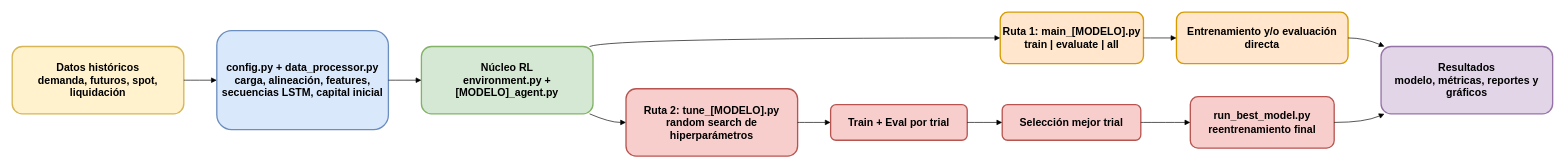
The draw.io diagram page "Presentación" (3 of 3) of docs/Arquitectura_Solucion/Diagramas_Modelos.drawio in shaka03/bot_futuros, before the edit. Source tidied: cells renumbered, new cells numbered last; positions are measured from the earlier drawing's top-left corner, leaving out a move shared by most shapes. Both pictures are drawn from the tidied source at 66%, with x=0, y=0 at pixel (12, 12).
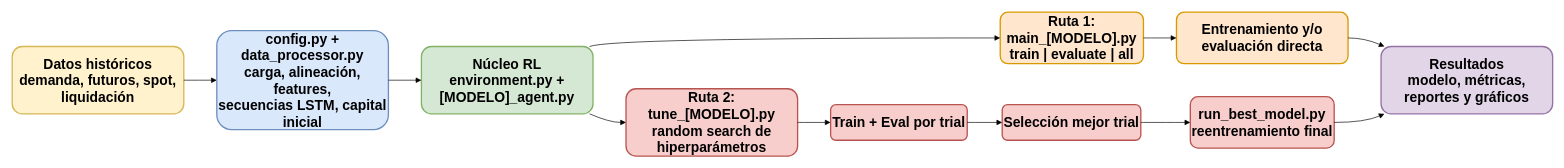
Above is the later version.

What changed in the source:
```diff
@@
-    <mxCell id="2" value="Datos históricos&#10;demanda, futuros, spot, liquidación" style="whiteSpace=wrap;strokeWidth=2;rounded=1;fontSize=16;fillColor=#fff2cc;strokeColor=#d6b656;fontStyle=1;" parent="1" vertex="1">
+    <mxCell id="2" value="Datos históricos&#10;demanda, futuros, spot, liquidación" style="whiteSpace=wrap;strokeWidth=2;rounded=1;fontSize=21;fillColor=#fff2cc;strokeColor=#d6b656;fontStyle=1;" parent="1" vertex="1">
       <mxGeometry y="52" width="260" height="102" as="geometry" />
     </mxCell>
-    <mxCell id="3" value="config.py + data_processor.py&#10;carga, alineación, features,&#10;secuencias LSTM, capital inicial" style="whiteSpace=wrap;strokeWidth=2;rounded=1;fontSize=16;fillColor=#dae8fc;strokeColor=#6c8ebf;fontStyle=1;" parent="1" vertex="1">
+    <mxCell id="3" value="config.py + data_processor.py&#10;carga, alineación, features,&#10;secuencias LSTM, capital inicial" style="whiteSpace=wrap;strokeWidth=2;rounded=1;fontSize=21;fillColor=#dae8fc;strokeColor=#6c8ebf;fontStyle=1;" parent="1" vertex="1">
       <mxGeometry x="310" y="28" width="260" height="150" as="geometry" />
     </mxCell>
-    <mxCell id="4" value="Núcleo RL&#10;environment.py + [MODELO]_agent.py" style="whiteSpace=wrap;strokeWidth=2;rounded=1;fontSize=16;fillColor=#d5e8d4;strokeColor=#82b366;fontStyle=1;" parent="1" vertex="1">
+    <mxCell id="4" value="Núcleo RL&#10;environment.py + [MODELO]_agent.py" style="whiteSpace=wrap;strokeWidth=2;rounded=1;fontSize=21;fillColor=#d5e8d4;strokeColor=#82b366;fontStyle=1;" parent="1" vertex="1">
       <mxGeometry x="620" y="52" width="260" height="102" as="geometry" />
     </mxCell>
-    <mxCell id="5" value="Ruta 1: main_[MODELO].py&#10;train | evaluate | all" style="whiteSpace=wrap;strokeWidth=2;rounded=1;fontSize=16;fillColor=#ffe6cc;strokeColor=#d79b00;fontStyle=1;" parent="1" vertex="1">
+    <mxCell id="5" value="Ruta 1: main_[MODELO].py&#10;train | evaluate | all" style="whiteSpace=wrap;strokeWidth=2;rounded=1;fontSize=21;fillColor=#ffe6cc;strokeColor=#d79b00;fontStyle=1;" parent="1" vertex="1">
       <mxGeometry x="1497" width="217" height="78" as="geometry" />
     </mxCell>
-    <mxCell id="6" value="Ruta 2: tune_[MODELO].py&#10;random search de hiperparámetros" style="whiteSpace=wrap;strokeWidth=2;rounded=1;fontSize=16;fillColor=#f8cecc;strokeColor=#b85450;fontStyle=1;" parent="1" vertex="1">
+    <mxCell id="6" value="Ruta 2: tune_[MODELO].py&#10;random search de hiperparámetros" style="whiteSpace=wrap;strokeWidth=2;rounded=1;fontSize=21;fillColor=#f8cecc;strokeColor=#b85450;fontStyle=1;" parent="1" vertex="1">
       <mxGeometry x="930" y="116" width="260" height="102" as="geometry" />
     </mxCell>
-    <mxCell id="7" value="Entrenamiento y/o evaluación directa" style="whiteSpace=wrap;strokeWidth=2;rounded=1;fontSize=16;fillColor=#ffe6cc;strokeColor=#d79b00;fontStyle=1;" parent="1" vertex="1">
+    <mxCell id="7" value="Entrenamiento y/o evaluación directa" style="whiteSpace=wrap;strokeWidth=2;rounded=1;fontSize=21;fillColor=#ffe6cc;strokeColor=#d79b00;fontStyle=1;" parent="1" vertex="1">
       <mxGeometry x="1764" width="260" height="78" as="geometry" />
     </mxCell>
-    <mxCell id="8" value="Train + Eval por trial" style="whiteSpace=wrap;strokeWidth=2;rounded=1;fontSize=16;fillColor=#f8cecc;strokeColor=#b85450;fontStyle=1;" parent="1" vertex="1">
+    <mxCell id="8" value="Train + Eval por trial" style="whiteSpace=wrap;strokeWidth=2;rounded=1;fontSize=21;fillColor=#f8cecc;strokeColor=#b85450;fontStyle=1;" parent="1" vertex="1">
       <mxGeometry x="1240" y="140" width="207" height="54" as="geometry" />
     </mxCell>
-    <mxCell id="9" value="Selección mejor trial" style="whiteSpace=wrap;strokeWidth=2;rounded=1;fontSize=16;fillColor=#f8cecc;strokeColor=#b85450;fontStyle=1;" parent="1" vertex="1">
+    <mxCell id="9" value="Selección mejor trial" style="whiteSpace=wrap;strokeWidth=2;rounded=1;fontSize=21;fillColor=#f8cecc;strokeColor=#b85450;fontStyle=1;" parent="1" vertex="1">
       <mxGeometry x="1500" y="140" width="210" height="54" as="geometry" />
     </mxCell>
-    <mxCell id="10" value="run_best_model.py&#10;reentrenamiento final" style="whiteSpace=wrap;strokeWidth=2;rounded=1;fontSize=16;fillColor=#f8cecc;strokeColor=#b85450;fontStyle=1;" parent="1" vertex="1">
+    <mxCell id="10" value="run_best_model.py&#10;reentrenamiento final" style="whiteSpace=wrap;strokeWidth=2;rounded=1;fontSize=21;fillColor=#f8cecc;strokeColor=#b85450;fontStyle=1;" parent="1" vertex="1">
       <mxGeometry x="1785" y="128" width="218" height="78" as="geometry" />
     </mxCell>
-    <mxCell id="11" value="Resultados&#10;modelo, métricas, reportes y gráficos" style="whiteSpace=wrap;strokeWidth=2;rounded=1;fontSize=16;fillColor=#e1d5e7;strokeColor=#9673a6;fontStyle=1;" parent="1" vertex="1">
+    <mxCell id="11" value="Resultados&#10;modelo, métricas, reportes y gráficos" style="whiteSpace=wrap;strokeWidth=2;rounded=1;fontSize=21;fillColor=#e1d5e7;strokeColor=#9673a6;fontStyle=1;" parent="1" vertex="1">
       <mxGeometry x="2074" y="52" width="260" height="102" as="geometry" />
     </mxCell>
-    <mxCell id="12" style="curved=1;startArrow=none;endArrow=block;exitX=1;exitY=0.5;entryX=0;entryY=0.5;rounded=0;fontStyle=1;" parent="1" edge="1" source="2" target="3">
+    <mxCell id="12" style="curved=1;startArrow=none;endArrow=block;exitX=1;exitY=0.5;entryX=0;entryY=0.5;rounded=0;fontStyle=1;fontSize=21;" parent="1" edge="1" source="2" target="3">
       <mxGeometry relative="1" as="geometry" />
     </mxCell>
-    <mxCell id="13" style="curved=1;startArrow=none;endArrow=block;exitX=1;exitY=0.5;entryX=0;entryY=0.5;rounded=0;fontStyle=1;" parent="1" edge="1" source="3" target="4">
+    <mxCell id="13" style="curved=1;startArrow=none;endArrow=block;exitX=1;exitY=0.5;entryX=0;entryY=0.5;rounded=0;fontStyle=1;fontSize=21;" parent="1" edge="1" source="3" target="4">
       <mxGeometry relative="1" as="geometry" />
     </mxCell>
-    <mxCell id="14" style="curved=1;startArrow=none;endArrow=block;exitX=0.98;exitY=0;entryX=0;entryY=0.5;rounded=0;fontStyle=1;" parent="1" edge="1" source="4" target="5">
+    <mxCell id="14" style="curved=1;startArrow=none;endArrow=block;exitX=0.98;exitY=0;entryX=0;entryY=0.5;rounded=0;fontStyle=1;fontSize=21;" parent="1" edge="1" source="4" target="5">
       <mxGeometry relative="1" as="geometry">
         <Array as="points">
           <mxPoint x="905" y="39" />
         </Array>
       </mxGeometry>
     </mxCell>
-    <mxCell id="15" style="curved=1;startArrow=none;endArrow=block;exitX=0.98;exitY=1;entryX=0;entryY=0.5;rounded=0;fontStyle=1;" parent="1" edge="1" source="4" target="6">
+    <mxCell id="15" style="curved=1;startArrow=none;endArrow=block;exitX=0.98;exitY=1;entryX=0;entryY=0.5;rounded=0;fontStyle=1;fontSize=21;" parent="1" edge="1" source="4" target="6">
       <mxGeometry relative="1" as="geometry">
         <Array as="points">
           <mxPoint x="905" y="167" />
         </Array>
       </mxGeometry>
     </mxCell>
-    <mxCell id="16" style="curved=1;startArrow=none;endArrow=block;exitX=1;exitY=0.5;entryX=0;entryY=0.5;rounded=0;fontStyle=1;" parent="1" edge="1" source="5" target="7">
+    <mxCell id="16" style="curved=1;startArrow=none;endArrow=block;exitX=1;exitY=0.5;entryX=0;entryY=0.5;rounded=0;fontStyle=1;fontSize=21;" parent="1" edge="1" source="5" target="7">
       <mxGeometry relative="1" as="geometry" />
     </mxCell>
-    <mxCell id="17" style="curved=1;startArrow=none;endArrow=block;exitX=1;exitY=0.5;entryX=0;entryY=0.5;rounded=0;fontStyle=1;" parent="1" edge="1" source="6" target="8">
+    <mxCell id="17" style="curved=1;startArrow=none;endArrow=block;exitX=1;exitY=0.5;entryX=0;entryY=0.5;rounded=0;fontStyle=1;fontSize=21;" parent="1" edge="1" source="6" target="8">
       <mxGeometry relative="1" as="geometry" />
     </mxCell>
-    <mxCell id="18" style="curved=1;startArrow=none;endArrow=block;exitX=1;exitY=0.5;entryX=0;entryY=0.5;rounded=0;fontStyle=1;" parent="1" edge="1" source="8" target="9">
+    <mxCell id="18" style="curved=1;startArrow=none;endArrow=block;exitX=1;exitY=0.5;entryX=0;entryY=0.5;rounded=0;fontStyle=1;fontSize=21;" parent="1" edge="1" source="8" target="9">
       <mxGeometry relative="1" as="geometry" />
     </mxCell>
-    <mxCell id="19" style="curved=1;startArrow=none;endArrow=block;exitX=1;exitY=0.5;entryX=0;entryY=0.5;rounded=0;fontStyle=1;" parent="1" edge="1" source="9" target="10">
+    <mxCell id="19" style="curved=1;startArrow=none;endArrow=block;exitX=1;exitY=0.5;entryX=0;entryY=0.5;rounded=0;fontStyle=1;fontSize=21;" parent="1" edge="1" source="9" target="10">
       <mxGeometry relative="1" as="geometry" />
     </mxCell>
-    <mxCell id="20" style="curved=1;startArrow=none;endArrow=block;exitX=1;exitY=0.5;entryX=0.02;entryY=0;rounded=0;fontStyle=1;" parent="1" edge="1" source="7" target="11">
+    <mxCell id="20" style="curved=1;startArrow=none;endArrow=block;exitX=1;exitY=0.5;entryX=0.02;entryY=0;rounded=0;fontStyle=1;fontSize=21;" parent="1" edge="1" source="7" target="11">
       <mxGeometry relative="1" as="geometry">
         <Array as="points">
           <mxPoint x="2049" y="39" />
         </Array>
       </mxGeometry>
     </mxCell>
-    <mxCell id="21" style="curved=1;startArrow=none;endArrow=block;exitX=1;exitY=0.5;entryX=0.02;entryY=1;rounded=0;fontStyle=1;" parent="1" edge="1" source="10" target="11">
+    <mxCell id="21" style="curved=1;startArrow=none;endArrow=block;exitX=1;exitY=0.5;entryX=0.02;entryY=1;rounded=0;fontStyle=1;fontSize=21;" parent="1" edge="1" source="10" target="11">
       <mxGeometry relative="1" as="geometry">
         <Array as="points">
           <mxPoint x="2049" y="167" />
         </Array>
       </mxGeometry>
     </mxCell>
```
